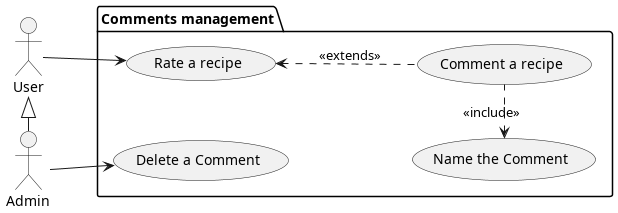
Earlier version of the PlantUML export doc/reports/usecaseAnalysis/img/commentManagement.png (iusildra/WineCellar).
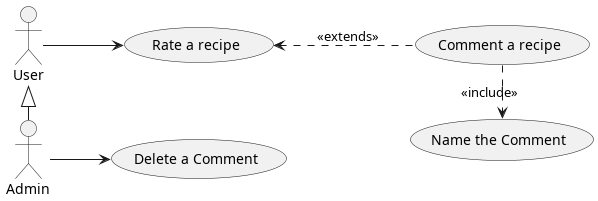
After the change.

Change to the diagram source:
```diff
@@ -6,17 +6,13 @@
 actor Admin as a
 u <|- a
 
-package "Comments management" {
-  usecase (Comment a recipe) as u2
-  usecase (Rate a recipe) as u1
-  usecase (Delete a Comment) as u3
-  usecase (Name the Comment) as u4
-
-
-}
+usecase (Comment a recipe) as u2
+usecase (Rate a recipe) as u1
+usecase (Delete a Comment) as u3
+usecase (Name the Comment) as u4
 
 u --> u1
 a --> u3
-u2 .l.> u4 : <<include>>
+u2 .> u4 : <<include>>
 u2 .u.> u1 : <<extends>>
 @enduml
```
